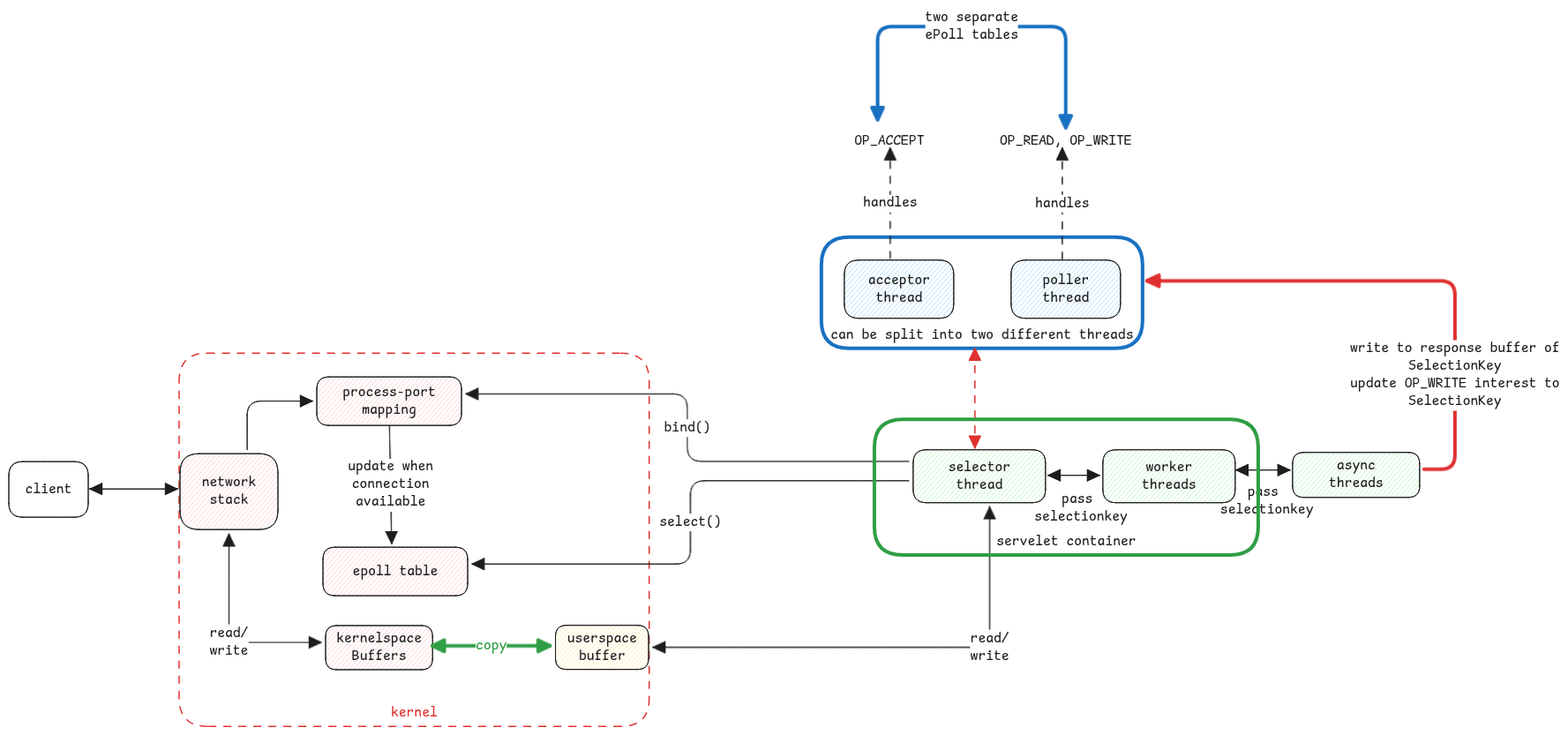
Above: static/img/selector-epoll-java.excalidraw.png in swaroopar/inprogress-engineer (Excalidraw), before the change. Source tidied: one line per element, renumbered; positions are measured from the earlier drawing's top-left corner, leaving out a move shared by most shapes. The source it was exported from:
```json
{"id": 0, "type": "rectangle", "strokeColor": "#e03131", "strokeWidth": 1, "strokeStyle": "dashed", "roughness": 0, "round": true, "x": 193, "y": 390, "width": 533, "height": 423}
{"id": 1, "type": "text", "text": "kernel", "strokeColor": "#e03131", "strokeWidth": 1, "roughness": 0, "fontSize": 16, "fontFamily": 8, "textAlign": "center", "verticalAlign": "bottom", "inside": 0, "x": 433, "y": 788, "width": 53, "height": 20}
{"id": 2, "type": "rectangle", "strokeColor": "#1e1e1e", "backgroundColor": "#b2f2bb", "fillStyle": "hachure", "strokeWidth": 1, "roughness": 0, "round": true, "x": 1025, "y": 500, "width": 150, "height": 60}
{"id": 3, "type": "text", "text": "selector\nthread", "strokeColor": "#1e1e1e", "strokeWidth": 1, "roughness": 0, "fontSize": 16, "fontFamily": 8, "textAlign": "center", "verticalAlign": "middle", "inside": 2, "x": 1065, "y": 510, "width": 70, "height": 40}
{"id": 4, "type": "rectangle", "strokeColor": "#1e1e1e", "backgroundColor": "#b2f2bb", "fillStyle": "hachure", "strokeWidth": 1, "roughness": 0, "round": true, "x": 1240, "y": 500, "width": 150, "height": 60}
{"id": 5, "type": "text", "text": "worker\nthreads", "strokeColor": "#1e1e1e", "strokeWidth": 1, "roughness": 0, "fontSize": 16, "fontFamily": 8, "textAlign": "center", "verticalAlign": "middle", "inside": 4, "x": 1284, "y": 510, "width": 62, "height": 40}
{"id": 6, "type": "rectangle", "strokeColor": "#1e1e1e", "backgroundColor": "#ffc9c9", "fillStyle": "hachure", "strokeWidth": 1, "roughness": 0, "round": true, "x": 349, "y": 417, "width": 164, "height": 55}
{"id": 7, "type": "text", "text": "process-port\nmapping", "strokeColor": "#1e1e1e", "strokeWidth": 1, "roughness": 0, "fontSize": 16, "fontFamily": 8, "textAlign": "center", "verticalAlign": "middle", "inside": 6, "x": 378, "y": 425, "width": 106, "height": 40}
{"id": 8, "type": "rectangle", "strokeColor": "#1e1e1e", "backgroundColor": "#ffc9c9", "fillStyle": "hachure", "strokeWidth": 1, "roughness": 0, "round": true, "x": 356, "y": 610, "width": 164, "height": 55}
{"id": 9, "type": "text", "text": "epoll table", "strokeColor": "#1e1e1e", "strokeWidth": 1, "roughness": 0, "fontSize": 16, "fontFamily": 8, "textAlign": "center", "verticalAlign": "middle", "inside": 8, "x": 390, "y": 628, "width": 97, "height": 20}
{"id": 10, "type": "arrow", "strokeColor": "#1e1e1e", "strokeWidth": 1, "roughness": 0, "endArrowhead": "triangle", "from": 2, "to": 6, "x": 1020, "y": 513, "width": 502, "height": 76, "points": [[0, 0], [-251, 0], [-251, -76], [-502, -76]]}
{"id": 11, "type": "text", "text": "bind()", "strokeColor": "#1e1e1e", "strokeWidth": 1, "roughness": 0, "fontSize": 16, "fontFamily": 8, "textAlign": "center", "verticalAlign": "middle", "inside": 10, "x": 859, "y": 484, "width": 53, "height": 20}
{"id": 12, "type": "arrow", "strokeColor": "#1e1e1e", "strokeWidth": 1, "roughness": 0, "endArrowhead": "triangle", "from": 2, "to": 8, "x": 1020, "y": 535, "width": 495, "height": 94, "points": [[0, 0], [-247, 0], [-247, 94], [-495, 94]]}
{"id": 13, "type": "text", "text": "select()", "strokeColor": "#1e1e1e", "strokeWidth": 1, "roughness": 0, "fontSize": 16, "fontFamily": 8, "textAlign": "center", "verticalAlign": "middle", "inside": 12, "x": 851, "y": 558, "width": 70, "height": 20}
{"id": 14, "type": "arrow", "strokeColor": "#1e1e1e", "backgroundColor": "#ffc9c9", "fillStyle": "hachure", "strokeWidth": 1, "roughness": 0, "endArrowhead": "triangle", "from": 6, "x": 431, "y": 473, "width": 2, "height": 133, "points": [[0, 0], [2, 133]]}
{"id": 15, "type": "text", "text": "update when\nconnection\navailable", "strokeColor": "#1e1e1e", "strokeWidth": 1, "roughness": 0, "fontSize": 16, "fontFamily": 8, "textAlign": "center", "verticalAlign": "middle", "inside": 14, "x": 658, "y": 523, "width": 97, "height": 60}
{"id": 16, "type": "rectangle", "strokeColor": "#1e1e1e", "backgroundColor": "#ffc9c9", "fillStyle": "hachure", "strokeWidth": 1, "roughness": 0, "round": true, "x": 194, "y": 504, "width": 111, "height": 86}
{"id": 17, "type": "text", "text": "network\nstack", "strokeColor": "#1e1e1e", "strokeWidth": 1, "roughness": 0, "fontSize": 16, "fontFamily": 8, "textAlign": "center", "verticalAlign": "middle", "inside": 16, "x": 219, "y": 527, "width": 62, "height": 40}
{"id": 18, "type": "arrow", "strokeColor": "#1e1e1e", "backgroundColor": "#ffc9c9", "fillStyle": "hachure", "strokeWidth": 1, "roughness": 0, "endArrowhead": "triangle", "from": 16, "to": 6, "x": 270, "y": 500, "width": 74, "height": 55, "points": [[0, 0], [0, -55], [74, -55]]}
{"id": 19, "type": "rectangle", "strokeColor": "#1e1e1e", "backgroundColor": "#ffc9c9", "fillStyle": "hachure", "strokeWidth": 1, "roughness": 0, "round": true, "x": 359, "y": 699, "width": 121, "height": 50}
{"id": 20, "type": "text", "text": "kernelspace\nBuffers", "strokeColor": "#1e1e1e", "strokeWidth": 1, "roughness": 0, "fontSize": 16, "fontFamily": 8, "textAlign": "center", "verticalAlign": "middle", "inside": 19, "x": 371, "y": 704, "width": 97, "height": 40}
{"id": 21, "type": "arrow", "strokeColor": "#1e1e1e", "strokeWidth": 1, "roughness": 0, "startArrowhead": "triangle", "endArrowhead": "triangle", "from": 2, "to": 45, "x": 1112, "y": 564, "width": 382, "height": 159, "points": [[0, 0], [0, 159], [-382, 159]]}
{"id": 22, "type": "text", "text": "read/\nwrite", "strokeColor": "#1e1e1e", "strokeWidth": 1, "roughness": 0, "fontSize": 16, "fontFamily": 8, "textAlign": "center", "verticalAlign": "middle", "inside": 21, "x": 1090, "y": 686, "width": 44, "height": 40}
{"id": 23, "type": "arrow", "strokeColor": "#1e1e1e", "backgroundColor": "#ffc9c9", "fillStyle": "hachure", "strokeWidth": 1, "roughness": 0, "startArrowhead": "triangle", "endArrowhead": "triangle", "from": 16, "to": 19, "x": 249, "y": 595, "width": 105, "height": 123, "points": [[0, 0], [0, 123], [105, 123]]}
{"id": 24, "type": "text", "text": "read/\nwrite", "strokeColor": "#1e1e1e", "strokeWidth": 1, "roughness": 0, "fontSize": 16, "fontFamily": 8, "textAlign": "center", "verticalAlign": "middle", "inside": 23, "x": 500, "y": 692, "width": 44, "height": 40}
{"id": 25, "type": "arrow", "strokeColor": "#1e1e1e", "strokeWidth": 1, "roughness": 0, "startArrowhead": "triangle", "endArrowhead": "triangle", "from": 2, "x": 1178, "y": 529, "width": 58, "height": 0, "points": [[0, 0], [58, 0]]}
{"id": 26, "type": "arrow", "strokeColor": "#1e1e1e", "strokeWidth": 1, "roughness": 0, "startArrowhead": "triangle", "endArrowhead": "triangle", "x": 92, "y": 544, "width": 99, "height": 0, "points": [[0, 0], [99, 0]]}
{"id": 27, "type": "rectangle", "strokeColor": "#1e1e1e", "strokeWidth": 1, "roughness": 0, "round": true, "x": 0, "y": 513, "width": 90, "height": 63}
{"id": 28, "type": "text", "text": "client", "strokeColor": "#1e1e1e", "strokeWidth": 1, "roughness": 0, "fontSize": 16, "fontFamily": 8, "textAlign": "center", "verticalAlign": "middle", "inside": 27, "x": 19, "y": 535, "width": 53, "height": 20}
{"id": 29, "type": "rectangle", "strokeColor": "#1e1e1e", "backgroundColor": "#b2f2bb", "fillStyle": "hachure", "strokeWidth": 1, "roughness": 0, "round": true, "x": 1455, "y": 503, "width": 144, "height": 51}
{"id": 30, "type": "text", "text": "async\nthreads", "strokeColor": "#1e1e1e", "strokeWidth": 1, "roughness": 0, "fontSize": 16, "fontFamily": 8, "textAlign": "center", "verticalAlign": "middle", "inside": 29, "x": 1496, "y": 508, "width": 62, "height": 40}
{"id": 31, "type": "arrow", "strokeColor": "#1e1e1e", "strokeWidth": 1, "roughness": 0, "startArrowhead": "triangle", "endArrowhead": "triangle", "x": 1391, "y": 523, "width": 61, "height": 0, "points": [[0, 0], [61, 0]]}
{"id": 32, "type": "rectangle", "strokeColor": "#1e1e1e", "backgroundColor": "#a5d8ff", "fillStyle": "hachure", "strokeWidth": 1, "roughness": 0, "round": true, "x": 947, "y": 285, "width": 124, "height": 66}
{"id": 33, "type": "text", "text": "acceptor\nthread", "strokeColor": "#1e1e1e", "strokeWidth": 1, "roughness": 0, "fontSize": 16, "fontFamily": 8, "textAlign": "center", "verticalAlign": "middle", "inside": 32, "x": 974, "y": 298, "width": 70, "height": 40}
{"id": 34, "type": "rectangle", "strokeColor": "#1e1e1e", "backgroundColor": "#a5d8ff", "fillStyle": "hachure", "strokeWidth": 1, "roughness": 0, "round": true, "x": 1136, "y": 285, "width": 124, "height": 66}
{"id": 35, "type": "text", "text": "poller\nthread", "strokeColor": "#1e1e1e", "strokeWidth": 1, "roughness": 0, "fontSize": 16, "fontFamily": 8, "textAlign": "center", "verticalAlign": "middle", "inside": 34, "x": 1171, "y": 298, "width": 53, "height": 40}
{"id": 36, "type": "rectangle", "strokeColor": "#1971c2", "strokeWidth": 4, "roughness": 0, "round": true, "x": 921, "y": 259, "width": 364, "height": 126}
{"id": 37, "type": "text", "text": "can be split into two different threads", "strokeColor": "#1e1e1e", "strokeWidth": 1, "strokeStyle": "dashed", "roughness": 0, "fontSize": 16, "fontFamily": 8, "textAlign": "center", "verticalAlign": "bottom", "inside": 36, "x": 931, "y": 360, "width": 343, "height": 20}
{"id": 38, "type": "arrow", "strokeColor": "#e03131", "strokeWidth": 1, "strokeStyle": "dashed", "roughness": 0, "startArrowhead": "triangle", "endArrowhead": "triangle", "x": 1095, "y": 498, "width": 0, "height": 113, "points": [[0, 0], [0, -113]]}
{"id": 39, "type": "text", "text": "OP_ACCEPT", "strokeColor": "#1e1e1e", "strokeWidth": 1, "strokeStyle": "dashed", "roughness": 0, "fontSize": 16, "fontFamily": 8, "x": 958, "y": 140, "width": 79, "height": 20}
{"id": 40, "type": "text", "text": "OP_READ, OP_WRITE", "strokeColor": "#1e1e1e", "strokeWidth": 1, "strokeStyle": "dashed", "roughness": 0, "fontSize": 16, "fontFamily": 8, "x": 1123, "y": 140, "width": 150, "height": 20}
{"id": 41, "type": "arrow", "strokeColor": "#1e1e1e", "strokeWidth": 1, "strokeStyle": "dashed", "roughness": 0, "endArrowhead": "triangle", "from": 36, "x": 999, "y": 283, "width": 0, "height": 125, "points": [[0, 0], [0, -125]]}
{"id": 42, "type": "text", "text": "handles", "strokeColor": "#1e1e1e", "strokeWidth": 1, "strokeStyle": "dashed", "roughness": 0, "fontSize": 16, "fontFamily": 8, "textAlign": "center", "verticalAlign": "middle", "inside": 41, "x": 968, "y": 230, "width": 62, "height": 20}
{"id": 43, "type": "arrow", "strokeColor": "#1e1e1e", "strokeWidth": 1, "strokeStyle": "dashed", "roughness": 0, "endArrowhead": "triangle", "x": 1194, "y": 284, "width": 0, "height": 126, "points": [[0, 0], [0, -126]]}
{"id": 44, "type": "text", "text": "handles", "strokeColor": "#1e1e1e", "strokeWidth": 1, "strokeStyle": "dashed", "roughness": 0, "fontSize": 16, "fontFamily": 8, "textAlign": "center", "verticalAlign": "middle", "inside": 43, "x": 1163, "y": 211, "width": 62, "height": 20}
{"id": 45, "type": "rectangle", "strokeColor": "#1e1e1e", "backgroundColor": "#ffec99", "fillStyle": "hachure", "strokeWidth": 1, "roughness": 0, "round": true, "x": 620, "y": 699, "width": 106, "height": 50}
{"id": 46, "type": "text", "text": "userspace\nbuffer", "strokeColor": "#1e1e1e", "strokeWidth": 1, "roughness": 0, "fontSize": 16, "fontFamily": 8, "textAlign": "center", "verticalAlign": "middle", "inside": 45, "x": 633, "y": 704, "width": 79, "height": 40}
{"id": 47, "type": "text", "text": "pass \nselectionkey", "strokeColor": "#1e1e1e", "strokeWidth": 2, "roughness": 1, "fontSize": 16, "fontFamily": 8, "textAlign": "center", "x": 1162, "y": 546, "width": 106, "height": 40}
{"id": 48, "type": "text", "text": "pass \nselectionkey", "strokeColor": "#1e1e1e", "strokeWidth": 2, "roughness": 1, "fontSize": 16, "fontFamily": 8, "textAlign": "center", "x": 1373, "y": 538, "width": 106, "height": 40}
{"id": 49, "type": "arrow", "strokeColor": "#e03131", "strokeWidth": 4, "roughness": 0, "endArrowhead": "triangle", "from": 29, "to": 36, "x": 1604, "y": 522, "width": 349, "height": 214, "points": [[0, 0], [35, 0], [35, -214], [-314, -214]]}
{"id": 50, "type": "text", "text": "write to response buffer of\nSelectionKey\nupdate OP_WRITE interest to\nSelectionKey", "strokeColor": "#1e1e1e", "strokeWidth": 2, "roughness": 0, "fontSize": 16, "fontFamily": 8, "textAlign": "center", "verticalAlign": "middle", "inside": 49, "x": 1520, "y": 375, "width": 238, "height": 80}
{"id": 51, "type": "arrow", "strokeColor": "#1971c2", "strokeWidth": 4, "roughness": 0, "startArrowhead": "triangle", "endArrowhead": "triangle", "from": 39, "to": 40, "x": 985, "y": 126, "width": 213, "height": 115, "points": [[0, 0], [0, -106], [213, -106], [213, 9]]}
{"id": 52, "type": "text", "text": "two separate\nePoll tables", "strokeColor": "#1e1e1e", "strokeWidth": 4, "roughness": 0, "fontSize": 16, "fontFamily": 8, "textAlign": "center", "verticalAlign": "middle", "inside": 51, "x": 1038, "y": 0, "width": 106, "height": 40}
{"id": 53, "type": "arrow", "strokeColor": "#2f9e44", "strokeWidth": 4, "roughness": 0, "startArrowhead": "triangle", "endArrowhead": "triangle", "from": 19, "x": 480, "y": 722, "width": 133, "height": 0, "points": [[0, 0], [133, 0]]}
{"id": 54, "type": "text", "text": "copy", "strokeColor": "#2f9e44", "strokeWidth": 4, "roughness": 0, "fontSize": 16, "fontFamily": 8, "textAlign": "center", "verticalAlign": "middle", "inside": 53, "x": 503, "y": 712, "width": 35, "height": 20}
{"id": 55, "type": "rectangle", "strokeColor": "#2f9e44", "strokeWidth": 4, "roughness": 0, "round": true, "x": 981, "y": 465, "width": 435, "height": 154}
{"id": 56, "type": "text", "text": "servelet container", "strokeColor": "#1e1e1e", "backgroundColor": "#b2f2bb", "fillStyle": "hachure", "strokeWidth": 4, "roughness": 0, "fontSize": 16, "fontFamily": 8, "textAlign": "center", "verticalAlign": "bottom", "inside": 55, "x": 1119, "y": 594, "width": 158, "height": 20}
```
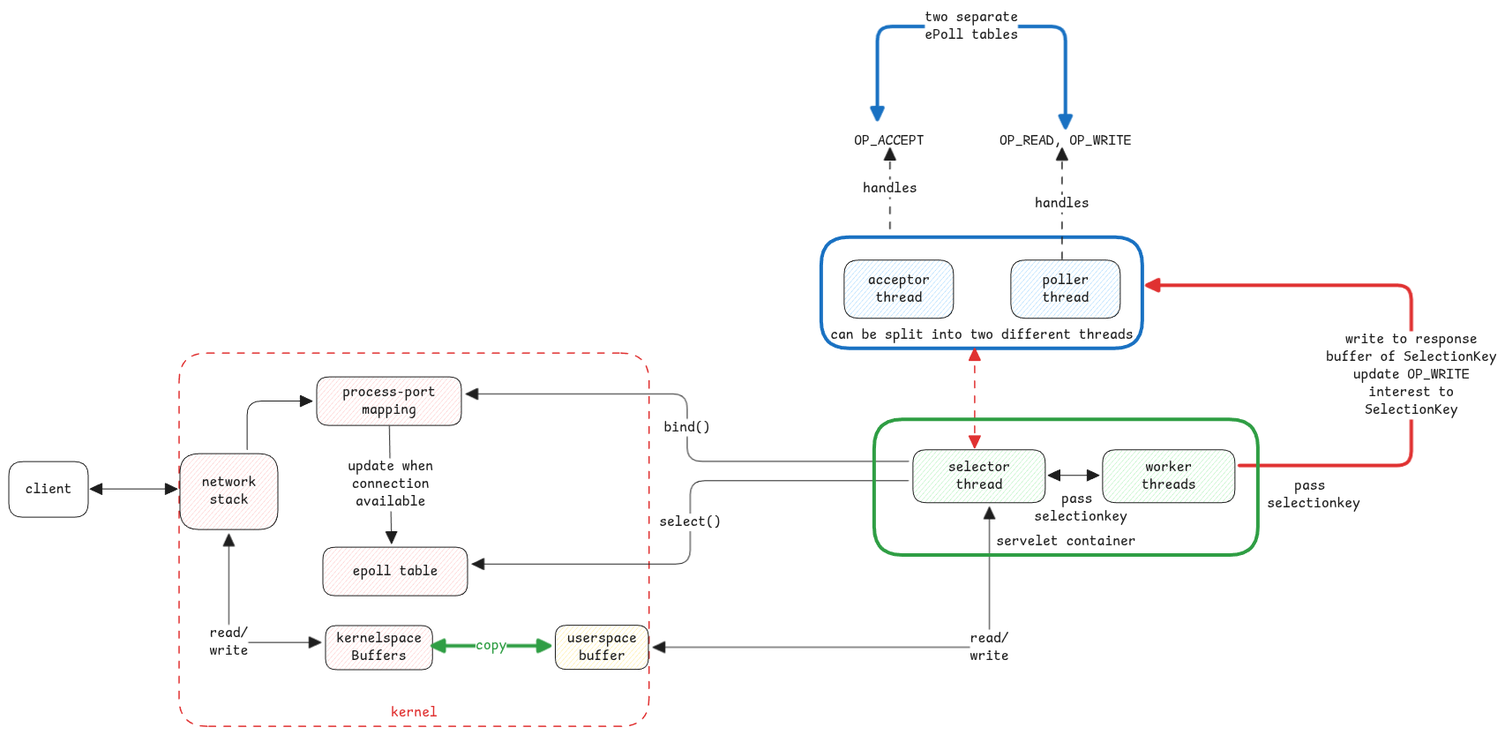
Above is the later version.

The edit, as a diff of the source:
```diff
@@ -27,9 +27,6 @@
 {"id": 26, "type": "arrow", "strokeColor": "#1e1e1e", "strokeWidth": 1, "roughness": 0, "startArrowhead": "triangle", "endArrowhead": "triangle", "x": 92, "y": 544, "width": 99, "height": 0, "points": [[0, 0], [99, 0]]}
 {"id": 27, "type": "rectangle", "strokeColor": "#1e1e1e", "strokeWidth": 1, "roughness": 0, "round": true, "x": 0, "y": 513, "width": 90, "height": 63}
 {"id": 28, "type": "text", "text": "client", "strokeColor": "#1e1e1e", "strokeWidth": 1, "roughness": 0, "fontSize": 16, "fontFamily": 8, "textAlign": "center", "verticalAlign": "middle", "inside": 27, "x": 19, "y": 535, "width": 53, "height": 20}
-{"id": 29, "type": "rectangle", "strokeColor": "#1e1e1e", "backgroundColor": "#b2f2bb", "fillStyle": "hachure", "strokeWidth": 1, "roughness": 0, "round": true, "x": 1455, "y": 503, "width": 144, "height": 51}
-{"id": 30, "type": "text", "text": "async\nthreads", "strokeColor": "#1e1e1e", "strokeWidth": 1, "roughness": 0, "fontSize": 16, "fontFamily": 8, "textAlign": "center", "verticalAlign": "middle", "inside": 29, "x": 1496, "y": 508, "width": 62, "height": 40}
-{"id": 31, "type": "arrow", "strokeColor": "#1e1e1e", "strokeWidth": 1, "roughness": 0, "startArrowhead": "triangle", "endArrowhead": "triangle", "x": 1391, "y": 523, "width": 61, "height": 0, "points": [[0, 0], [61, 0]]}
 {"id": 32, "type": "rectangle", "strokeColor": "#1e1e1e", "backgroundColor": "#a5d8ff", "fillStyle": "hachure", "strokeWidth": 1, "roughness": 0, "round": true, "x": 947, "y": 285, "width": 124, "height": 66}
 {"id": 33, "type": "text", "text": "acceptor\nthread", "strokeColor": "#1e1e1e", "strokeWidth": 1, "roughness": 0, "fontSize": 16, "fontFamily": 8, "textAlign": "center", "verticalAlign": "middle", "inside": 32, "x": 974, "y": 298, "width": 70, "height": 40}
 {"id": 34, "type": "rectangle", "strokeColor": "#1e1e1e", "backgroundColor": "#a5d8ff", "fillStyle": "hachure", "strokeWidth": 1, "roughness": 0, "round": true, "x": 1136, "y": 285, "width": 124, "height": 66}
@@ -39,16 +36,16 @@
 {"id": 38, "type": "arrow", "strokeColor": "#e03131", "strokeWidth": 1, "strokeStyle": "dashed", "roughness": 0, "startArrowhead": "triangle", "endArrowhead": "triangle", "x": 1095, "y": 498, "width": 0, "height": 113, "points": [[0, 0], [0, -113]]}
 {"id": 39, "type": "text", "text": "OP_ACCEPT", "strokeColor": "#1e1e1e", "strokeWidth": 1, "strokeStyle": "dashed", "roughness": 0, "fontSize": 16, "fontFamily": 8, "x": 958, "y": 140, "width": 79, "height": 20}
 {"id": 40, "type": "text", "text": "OP_READ, OP_WRITE", "strokeColor": "#1e1e1e", "strokeWidth": 1, "strokeStyle": "dashed", "roughness": 0, "fontSize": 16, "fontFamily": 8, "x": 1123, "y": 140, "width": 150, "height": 20}
-{"id": 41, "type": "arrow", "strokeColor": "#1e1e1e", "strokeWidth": 1, "strokeStyle": "dashed", "roughness": 0, "endArrowhead": "triangle", "from": 36, "x": 999, "y": 283, "width": 0, "height": 125, "points": [[0, 0], [0, -125]]}
+{"id": 41, "type": "arrow", "strokeColor": "#1e1e1e", "strokeWidth": 1, "strokeStyle": "dashed", "roughness": 0, "endArrowhead": "triangle", "from": 36, "x": 999, "y": 249, "width": 0, "height": 92, "points": [[0, 0], [0, -92]]}
 {"id": 42, "type": "text", "text": "handles", "strokeColor": "#1e1e1e", "strokeWidth": 1, "strokeStyle": "dashed", "roughness": 0, "fontSize": 16, "fontFamily": 8, "textAlign": "center", "verticalAlign": "middle", "inside": 41, "x": 968, "y": 230, "width": 62, "height": 20}
 {"id": 43, "type": "arrow", "strokeColor": "#1e1e1e", "strokeWidth": 1, "strokeStyle": "dashed", "roughness": 0, "endArrowhead": "triangle", "x": 1194, "y": 284, "width": 0, "height": 126, "points": [[0, 0], [0, -126]]}
 {"id": 44, "type": "text", "text": "handles", "strokeColor": "#1e1e1e", "strokeWidth": 1, "strokeStyle": "dashed", "roughness": 0, "fontSize": 16, "fontFamily": 8, "textAlign": "center", "verticalAlign": "middle", "inside": 43, "x": 1163, "y": 211, "width": 62, "height": 20}
 {"id": 45, "type": "rectangle", "strokeColor": "#1e1e1e", "backgroundColor": "#ffec99", "fillStyle": "hachure", "strokeWidth": 1, "roughness": 0, "round": true, "x": 620, "y": 699, "width": 106, "height": 50}
 {"id": 46, "type": "text", "text": "userspace\nbuffer", "strokeColor": "#1e1e1e", "strokeWidth": 1, "roughness": 0, "fontSize": 16, "fontFamily": 8, "textAlign": "center", "verticalAlign": "middle", "inside": 45, "x": 633, "y": 704, "width": 79, "height": 40}
 {"id": 47, "type": "text", "text": "pass \nselectionkey", "strokeColor": "#1e1e1e", "strokeWidth": 2, "roughness": 1, "fontSize": 16, "fontFamily": 8, "textAlign": "center", "x": 1162, "y": 546, "width": 106, "height": 40}
-{"id": 48, "type": "text", "text": "pass \nselectionkey", "strokeColor": "#1e1e1e", "strokeWidth": 2, "roughness": 1, "fontSize": 16, "fontFamily": 8, "textAlign": "center", "x": 1373, "y": 538, "width": 106, "height": 40}
+{"id": 48, "type": "text", "text": "pass \nselectionkey", "strokeColor": "#1e1e1e", "strokeWidth": 2, "roughness": 1, "fontSize": 16, "fontFamily": 8, "textAlign": "center", "x": 1426, "y": 531, "width": 106, "height": 40}
-{"id": 49, "type": "arrow", "strokeColor": "#e03131", "strokeWidth": 4, "roughness": 0, "endArrowhead": "triangle", "from": 29, "to": 36, "x": 1604, "y": 522, "width": 349, "height": 214, "points": [[0, 0], [35, 0], [35, -214], [-314, -214]]}
+{"id": 49, "type": "arrow", "strokeColor": "#e03131", "strokeWidth": 4, "roughness": 0, "endArrowhead": "triangle", "from": 4, "to": 36, "x": 1395, "y": 518, "width": 300, "height": 204, "points": [[0, 0], [195, 0], [195, -204], [-105, -204]]}
-{"id": 50, "type": "text", "text": "write to response buffer of\nSelectionKey\nupdate OP_WRITE interest to\nSelectionKey", "strokeColor": "#1e1e1e", "strokeWidth": 2, "roughness": 0, "fontSize": 16, "fontFamily": 8, "textAlign": "center", "verticalAlign": "middle", "inside": 49, "x": 1520, "y": 375, "width": 238, "height": 80}
+{"id": 50, "type": "text", "text": "write to response\nbuffer of SelectionKey\nupdate OP_WRITE\ninterest to\nSelectionKey", "strokeColor": "#1e1e1e", "strokeWidth": 2, "roughness": 0, "fontSize": 16, "fontFamily": 8, "textAlign": "center", "verticalAlign": "middle", "inside": 49, "x": 1493, "y": 364, "width": 194, "height": 100}
 {"id": 51, "type": "arrow", "strokeColor": "#1971c2", "strokeWidth": 4, "roughness": 0, "startArrowhead": "triangle", "endArrowhead": "triangle", "from": 39, "to": 40, "x": 985, "y": 126, "width": 213, "height": 115, "points": [[0, 0], [0, -106], [213, -106], [213, 9]]}
 {"id": 52, "type": "text", "text": "two separate\nePoll tables", "strokeColor": "#1e1e1e", "strokeWidth": 4, "roughness": 0, "fontSize": 16, "fontFamily": 8, "textAlign": "center", "verticalAlign": "middle", "inside": 51, "x": 1038, "y": 0, "width": 106, "height": 40}
 {"id": 53, "type": "arrow", "strokeColor": "#2f9e44", "strokeWidth": 4, "roughness": 0, "startArrowhead": "triangle", "endArrowhead": "triangle", "from": 19, "x": 480, "y": 722, "width": 133, "height": 0, "points": [[0, 0], [133, 0]]}
```
